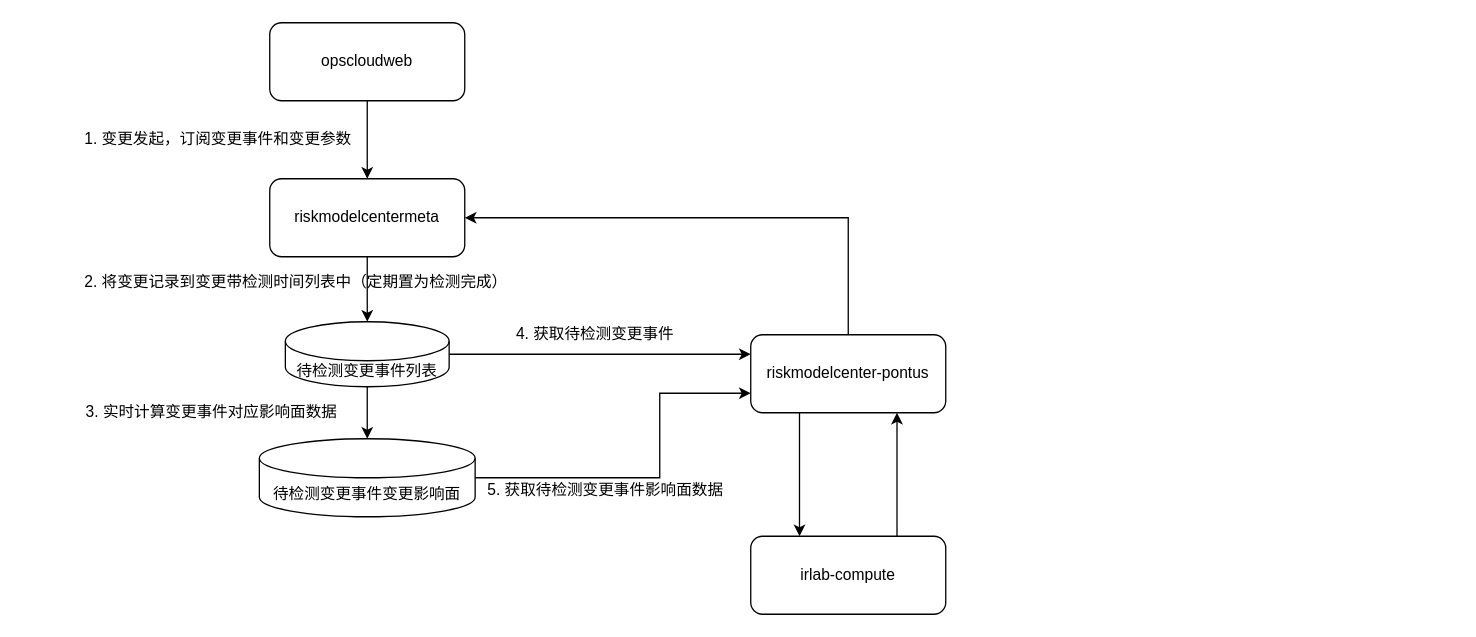
Earlier version of the draw.io diagram 蚂蚁金服/变更容量防御工程交互结构.drawio (frankneu/draw.io). Source tidied: cells renumbered, new cells numbered last; positions are measured from the earlier drawing's top-left corner, leaving out a move shared by most shapes. Both pictures are drawn from the tidied source at 130%, with x=0, y=0 at pixel (74, 22).
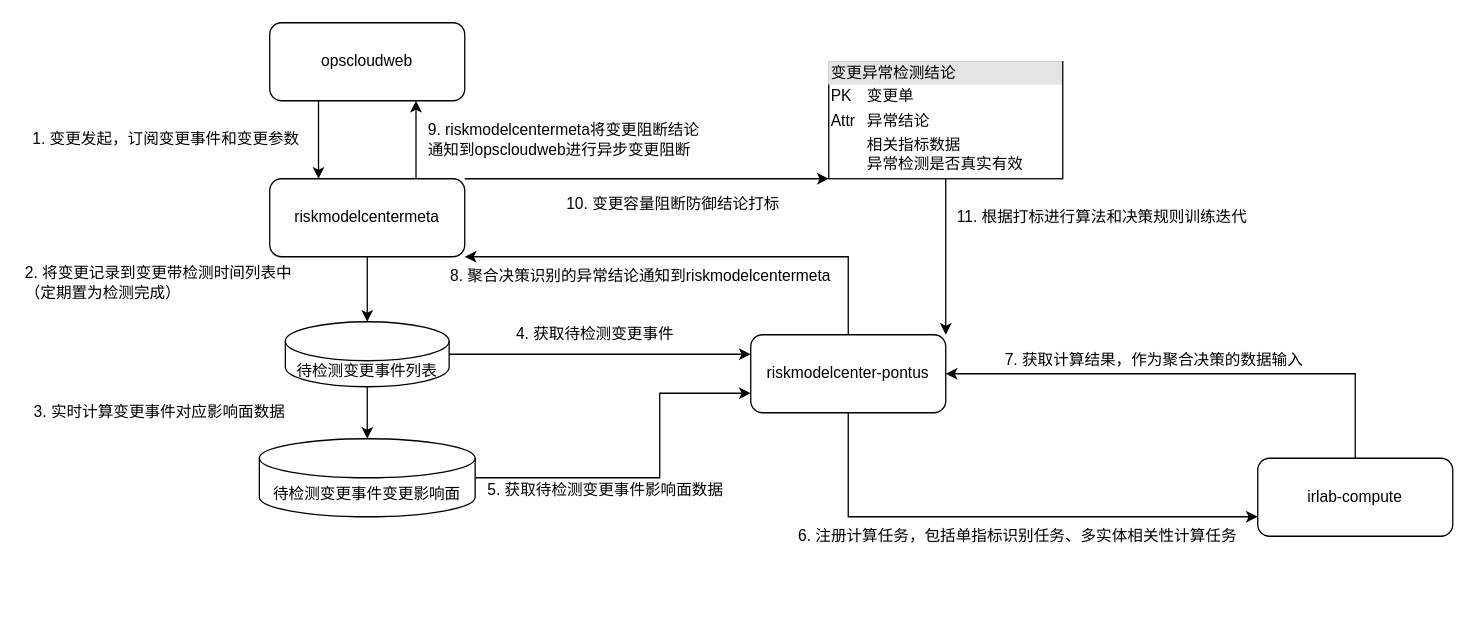
The same diagram, later.

Commit message (it also covers changes not shown here):
Update 变更容量防御工程交互结构.drawio

The change refers to these unchanged cells:
```xml
<mxCell id="4" value="riskmodelcenter-pontus" style="rounded=1;whiteSpace=wrap;html=1;" parent="1" vertex="1">
  <mxGeometry x="520" y="240" width="150" height="60" as="geometry" />
</mxCell>
<mxCell id="6" value="riskmodelcentermeta" style="rounded=1;whiteSpace=wrap;html=1;" parent="1" vertex="1">
  <mxGeometry x="150" y="120" width="150" height="60" as="geometry" />
</mxCell>
<mxCell id="8" value="opscloudweb" style="rounded=1;whiteSpace=wrap;html=1;" parent="1" vertex="1">
  <mxGeometry x="150" width="150" height="60" as="geometry" />
</mxCell>
```

Diff of the diagram source:
```diff
@@
+    <mxCell id="3" style="edgeStyle=orthogonalEdgeStyle;rounded=0;jettySize=auto;html=1;exitX=0.5;exitY=0;exitDx=0;exitDy=0;entryX=1;entryY=1;entryDx=0;entryDy=0;" parent="1" edge="1" source="4" target="6">
+      <mxGeometry relative="1" as="geometry">
+        <Array as="points">
+          <mxPoint x="595" y="180" />
+        </Array>
+      </mxGeometry>
+    </mxCell>
-    <mxCell id="2" style="edgeStyle=orthogonalEdgeStyle;rounded=0;jettySize=auto;html=1;exitX=0.25;exitY=1;exitDx=0;exitDy=0;entryX=0.25;entryY=0;entryDx=0;entryDy=0;" parent="1" edge="1" source="4" target="10">
+    <mxCell id="2" style="edgeStyle=orthogonalEdgeStyle;rounded=0;jettySize=auto;html=1;exitX=0.5;exitY=1;exitDx=0;exitDy=0;entryX=0;entryY=0.75;entryDx=0;entryDy=0;" parent="1" edge="1" source="4" target="10">
       <mxGeometry relative="1" as="geometry" />
     </mxCell>
-    <mxCell id="3" style="edgeStyle=orthogonalEdgeStyle;rounded=0;jettySize=auto;html=1;exitX=0.5;exitY=0;exitDx=0;exitDy=0;entryX=1;entryY=0.5;entryDx=0;entryDy=0;" parent="1" edge="1" source="4" target="6">
-      <mxGeometry relative="1" as="geometry" />
-    </mxCell>
@@
+    <mxCell id="21" style="edgeStyle=orthogonalEdgeStyle;rounded=0;jettySize=auto;html=1;exitX=0.75;exitY=0;exitDx=0;exitDy=0;entryX=0.75;entryY=1;entryDx=0;entryDy=0;" parent="1" edge="1" source="6" target="8">
+      <mxGeometry relative="1" as="geometry" />
+    </mxCell>
+    <mxCell id="22" style="rounded=0;jettySize=auto;html=1;exitX=1;exitY=0;exitDx=0;exitDy=0;entryX=0;entryY=1;entryDx=0;entryDy=0;" parent="1" edge="1" source="6" target="28">
+      <mxGeometry relative="1" as="geometry" />
+    </mxCell>
@@
-    <mxCell id="7" style="edgeStyle=orthogonalEdgeStyle;rounded=0;jettySize=auto;html=1;" parent="1" edge="1" source="8" target="6">
+    <mxCell id="7" style="edgeStyle=orthogonalEdgeStyle;rounded=0;jettySize=auto;html=1;exitX=0.25;exitY=1;exitDx=0;exitDy=0;entryX=0.25;entryY=0;entryDx=0;entryDy=0;" parent="1" edge="1" source="8" target="6">
       <mxGeometry relative="1" as="geometry" />
     </mxCell>
@@
-    <mxCell id="9" style="edgeStyle=orthogonalEdgeStyle;rounded=0;jettySize=auto;html=1;exitX=0.75;exitY=0;exitDx=0;exitDy=0;entryX=0.75;entryY=1;entryDx=0;entryDy=0;" parent="1" edge="1" source="10" target="4">
+    <mxCell id="9" style="edgeStyle=orthogonalEdgeStyle;rounded=0;jettySize=auto;html=1;exitX=0.5;exitY=0;exitDx=0;exitDy=0;entryX=1;entryY=0.5;entryDx=0;entryDy=0;" parent="1" edge="1" source="10" target="4">
       <mxGeometry relative="1" as="geometry" />
     </mxCell>
     <mxCell id="10" value="irlab-compute" style="rounded=1;whiteSpace=wrap;html=1;" parent="1" vertex="1">
-      <mxGeometry x="520" y="395" width="150" height="60" as="geometry" />
+      <mxGeometry x="910" y="335" width="150" height="60" as="geometry" />
     </mxCell>
     <mxCell id="11" value="1. 变更发起，订阅变更事件和变更参数" style="text;html=1;align=center;verticalAlign=middle;strokeColor=none;" parent="1" vertex="1">
-      <mxGeometry y="80" width="220" height="20" as="geometry" />
+      <mxGeometry x="-40" y="80" width="220" height="20" as="geometry" />
     </mxCell>
@@
-    <mxCell id="17" value="2. 将变更记录到变更带检测时间列表中（定期置为检测完成）" style="text;html=1;align=center;verticalAlign=middle;strokeColor=none;" parent="1" vertex="1">
-      <mxGeometry y="190" width="340" height="20" as="geometry" />
+    <mxCell id="17" value="2. 将变更记录到变更带检测时间列表中&lt;br&gt;（定期置为检测完成）" style="text;html=1;align=left;verticalAlign=middle;strokeColor=none;" parent="1" vertex="1">
+      <mxGeometry x="-40" y="185" width="220" height="30" as="geometry" />
     </mxCell>
     <mxCell id="18" value="3. 实时计算变更事件对应影响面数据" style="text;html=1;align=center;verticalAlign=middle;strokeColor=none;" parent="1" vertex="1">
-      <mxGeometry y="290" width="210" height="20" as="geometry" />
+      <mxGeometry x="-40" y="290" width="210" height="20" as="geometry" />
     </mxCell>
@@
+    <mxCell id="23" value="6. 注册计算任务，包括单指标识别任务、多实体相关性计算任务" style="text;html=1;align=center;verticalAlign=middle;strokeColor=none;" parent="1" vertex="1">
+      <mxGeometry x="550" y="385" width="350" height="20" as="geometry" />
+    </mxCell>
+    <mxCell id="24" value="7. 获取计算结果，作为聚合决策的数据输入" style="text;html=1;align=center;verticalAlign=middle;strokeColor=none;" parent="1" vertex="1">
+      <mxGeometry x="710" y="250" width="240" height="20" as="geometry" />
+    </mxCell>
+    <mxCell id="25" value="8. 聚合决策识别的异常结论通知到riskmodelcentermeta" style="text;html=1;align=center;verticalAlign=middle;strokeColor=none;" parent="1" vertex="1">
+      <mxGeometry x="280" y="185" width="310" height="20" as="geometry" />
+    </mxCell>
+    <mxCell id="26" value="9. riskmodelcentermeta将变更阻断结论&lt;br&gt;通知到opscloudweb进行异步变更阻断" style="text;html=1;align=left;verticalAlign=middle;strokeColor=none;" parent="1" vertex="1">
+      <mxGeometry x="270" y="75" width="220" height="30" as="geometry" />
+    </mxCell>
+    <mxCell id="27" style="edgeStyle=none;rounded=0;jettySize=auto;html=1;exitX=0.5;exitY=1;exitDx=0;exitDy=0;entryX=1;entryY=0;entryDx=0;entryDy=0;" parent="1" edge="1" source="28" target="4">
+      <mxGeometry relative="1" as="geometry" />
+    </mxCell>
+    <mxCell id="28" value="&lt;div style=&quot;box-sizing: border-box ; width: 100% ; background: #e4e4e4 ; padding: 2px&quot;&gt;变更异常检测结论&lt;/div&gt;&lt;table style=&quot;width: 100% ; font-size: 1em&quot; cellpadding=&quot;2&quot; cellspacing=&quot;0&quot;&gt;&lt;tbody&gt;&lt;tr&gt;&lt;td&gt;PK&lt;/td&gt;&lt;td&gt;变更单&lt;/td&gt;&lt;/tr&gt;&lt;tr&gt;&lt;td&gt;Attr&lt;/td&gt;&lt;td&gt;异常结论&lt;/td&gt;&lt;/tr&gt;&lt;tr&gt;&lt;td&gt;&lt;/td&gt;&lt;td&gt;相关指标数据&lt;br&gt;异常检测是否真实有效&lt;/td&gt;&lt;/tr&gt;&lt;/tbody&gt;&lt;/table&gt;" style="verticalAlign=top;align=left;overflow=fill;html=1;" parent="1" vertex="1">
+      <mxGeometry x="580" y="30" width="180" height="90" as="geometry" />
+    </mxCell>
+    <mxCell id="29" value="11. 根据打标进行算法和决策规则训练迭代" style="text;html=1;align=center;verticalAlign=middle;strokeColor=none;" parent="1" vertex="1">
+      <mxGeometry x="670" y="140" width="240" height="20" as="geometry" />
+    </mxCell>
+    <mxCell id="30" value="10. 变更容量阻断防御结论打标" style="text;html=1;align=center;verticalAlign=middle;strokeColor=none;" parent="1" vertex="1">
+      <mxGeometry x="370" y="130" width="180" height="20" as="geometry" />
+    </mxCell>
```
